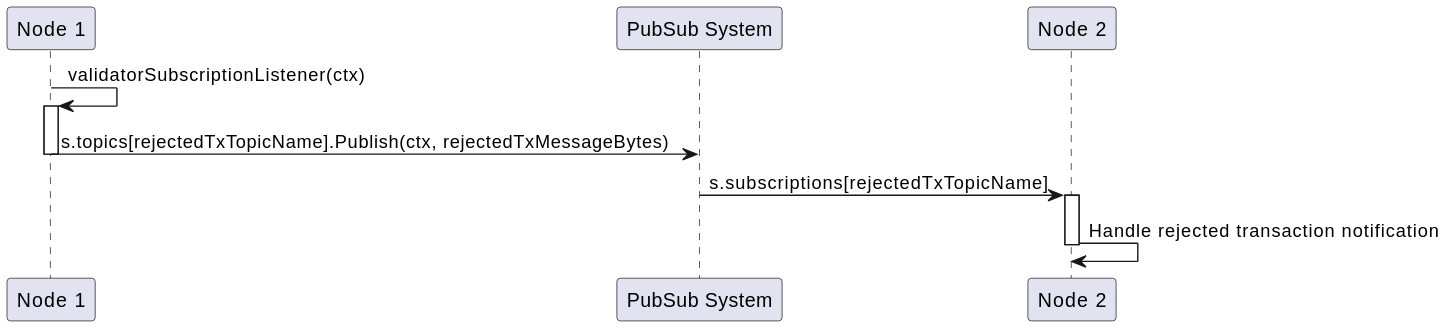
Above: docs/services/img/plantuml/p2p/p2p_tx_validator_messages.svg in freemans13/teranode (PlantUML), before the change. Its source is kept beside it as docs/services/img/plantuml/p2p/p2p_tx_validator_messages.puml.
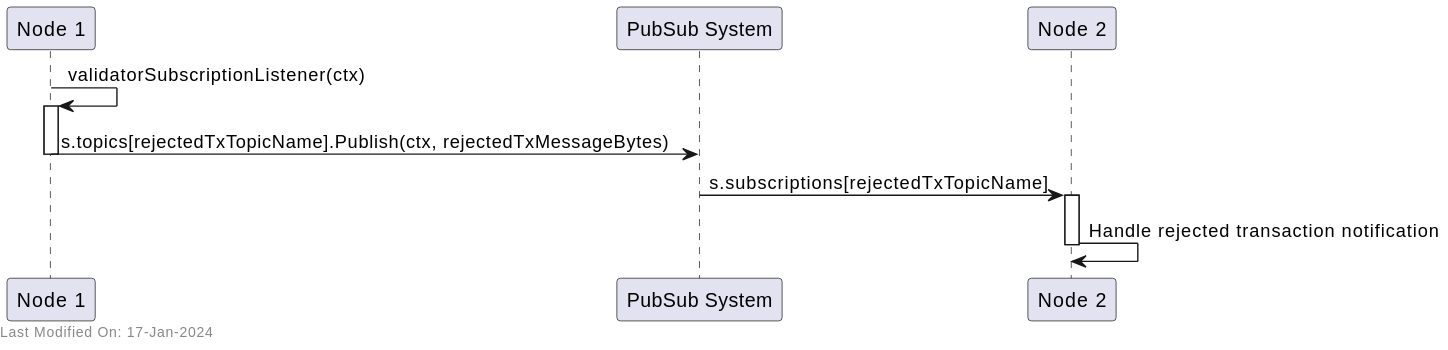
Later version of the same file.

The edit, as a diff of the source:
```diff
@@ -14,4 +14,6 @@
 Node2 -> Node2: Handle rejected transaction notification
 deactivate Node2
 
+left footer Last Modified On: 17-Jan-2024
+
 @enduml
```
